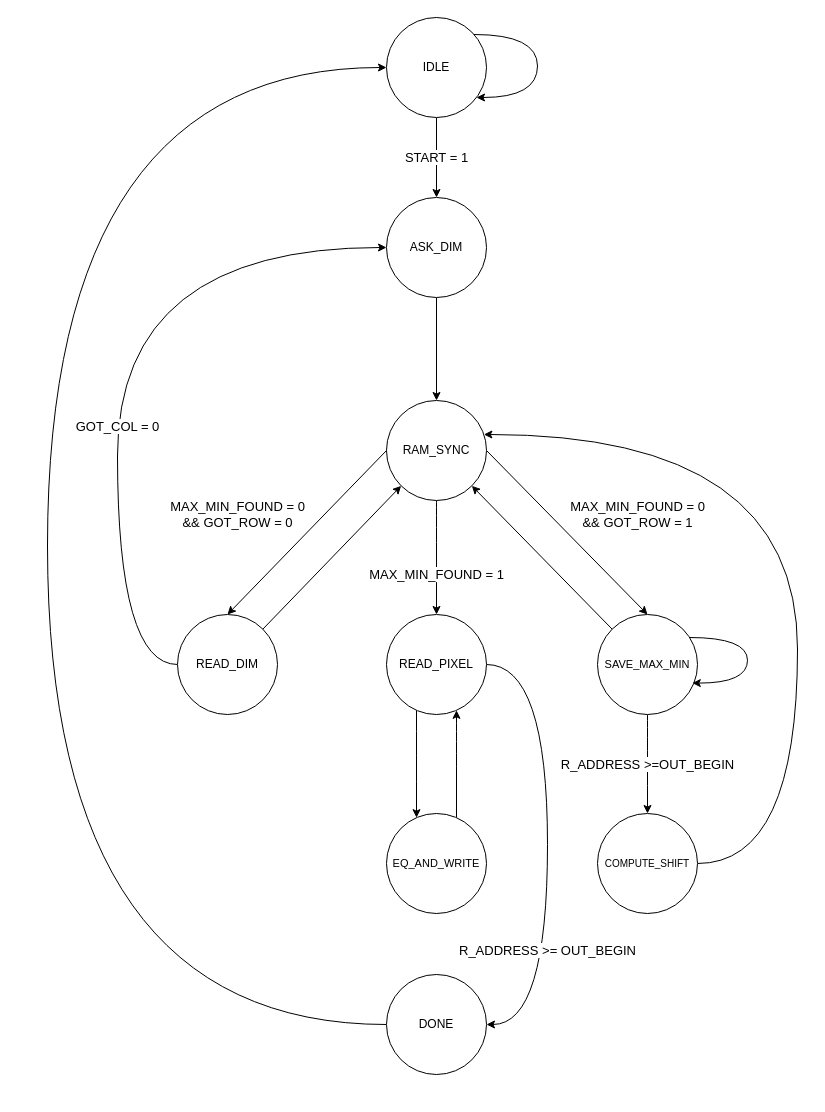
This is documentation/FSM Diagram.drawio from AlbertoPirillo/logic-networks-project-2020, a draw.io file, before an edit. Source tidied: cells renumbered, new cells numbered last; positions are measured from the earlier drawing's top-left corner, leaving out a move shared by most shapes. Both pictures are drawn from the tidied source at 100%, with x=0, y=0 at pixel (47, 17).
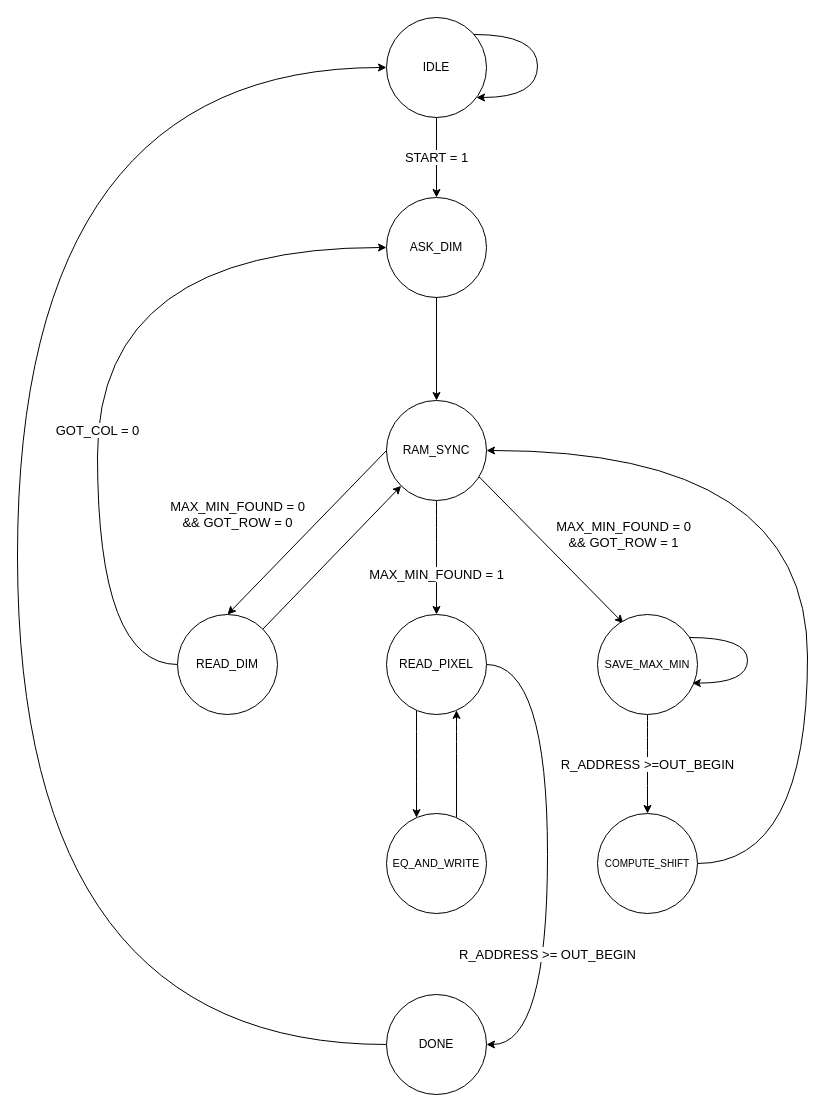
Above is the later version.

The change refers to these unchanged cells:
```xml
<mxCell id="4" value="IDLE&lt;br&gt;" style="ellipse;whiteSpace=wrap;html=1;fixDash=0;shadow=0;" parent="1" vertex="1">
  <mxGeometry x="339" width="100" height="100" as="geometry" />
</mxCell>
<mxCell id="8" value="&lt;font style=&quot;font-size: 12px&quot;&gt;RAM_SYNC&lt;/font&gt;" style="ellipse;whiteSpace=wrap;html=1;fixDash=0;" parent="1" vertex="1">
  <mxGeometry x="339" y="383" width="100" height="100" as="geometry" />
</mxCell>
<mxCell id="11" value="&lt;span&gt;READ_DIM&lt;/span&gt;" style="ellipse;whiteSpace=wrap;html=1;fixDash=0;" parent="1" vertex="1">
  <mxGeometry x="130" y="597" width="100" height="100" as="geometry" />
</mxCell>
<mxCell id="16" value="&lt;font style=&quot;font-size: 10px&quot;&gt;COMPUTE_SHIFT&lt;/font&gt;" style="ellipse;whiteSpace=wrap;html=1;fixDash=0;" parent="1" vertex="1">
  <mxGeometry x="550" y="796" width="100" height="100" as="geometry" />
</mxCell>
<mxCell id="19" value="&lt;font style=&quot;font-size: 12px&quot;&gt;READ_PIXEL&lt;/font&gt;" style="ellipse;whiteSpace=wrap;html=1;fixDash=0;" parent="1" vertex="1">
  <mxGeometry x="339" y="597" width="100" height="100" as="geometry" />
</mxCell>
<mxCell id="22" value="&lt;font style=&quot;font-size: 12px&quot;&gt;ASK_DIM&lt;/font&gt;" style="ellipse;whiteSpace=wrap;html=1;fixDash=0;" parent="1" vertex="1">
  <mxGeometry x="339" y="180" width="100" height="100" as="geometry" />
</mxCell>
<mxCell id="25" value="&lt;font style=&quot;font-size: 11px&quot;&gt;SAVE_MAX_MIN&lt;/font&gt;" style="ellipse;whiteSpace=wrap;html=1;fixDash=0;" parent="1" vertex="1">
  <mxGeometry x="550" y="597" width="100" height="100" as="geometry" />
</mxCell>
```

Change to the diagram source:
```diff
@@
-    <mxCell id="6" value="&lt;span style=&quot;font-size: 13px&quot;&gt;MAX_MIN_FOUND = 0&lt;br&gt;&lt;/span&gt;&lt;span style=&quot;font-size: 13px&quot;&gt;&amp;amp;&amp;amp; GOT_ROW = 1&lt;/span&gt;" style="edgeStyle=none;rounded=0;jettySize=auto;html=1;exitX=1;exitY=0.5;exitDx=0;exitDy=0;entryX=0.5;entryY=0;entryDx=0;entryDy=0;" parent="1" edge="1" source="8" target="25">
-      <mxGeometry x="0.32" y="63" relative="1" as="geometry" />
+    <mxCell id="6" value="&lt;span style=&quot;font-size: 13px&quot;&gt;MAX_MIN_FOUND = 0&lt;br&gt;&lt;/span&gt;&lt;span style=&quot;font-size: 13px&quot;&gt;&amp;amp;&amp;amp; GOT_ROW = 1&lt;/span&gt;" style="edgeStyle=none;rounded=0;jettySize=auto;html=1;exitX=0.928;exitY=0.765;exitDx=0;exitDy=0;entryX=0.258;entryY=0.087;entryDx=0;entryDy=0;exitPerimeter=0;entryPerimeter=0;" parent="1" edge="1" source="8" target="25">
+      <mxGeometry x="0.38" y="62" relative="1" as="geometry" />
     </mxCell>
@@
     <mxCell id="9" value="&lt;font style=&quot;font-size: 13px&quot;&gt;GOT_COL = 0&lt;/font&gt;" style="edgeStyle=orthogonalEdgeStyle;curved=1;rounded=0;jettySize=auto;html=1;entryX=0;entryY=0.5;entryDx=0;entryDy=0;exitX=0;exitY=0.5;exitDx=0;exitDy=0;" parent="1" edge="1" source="11" target="22">
       <mxGeometry x="-0.2" relative="1" as="geometry">
         <Array as="points">
-          <mxPoint x="70" y="647" />
-          <mxPoint x="70" y="230" />
+          <mxPoint x="50" y="647" />
+          <mxPoint x="50" y="230" />
         </Array>
       </mxGeometry>
     </mxCell>
@@
-    <mxCell id="12" style="edgeStyle=orthogonalEdgeStyle;curved=1;rounded=0;jettySize=auto;html=1;entryX=0;entryY=0.5;entryDx=0;entryDy=0;" parent="1" edge="1" source="13" target="4">
+    <mxCell id="12" style="edgeStyle=orthogonalEdgeStyle;curved=1;rounded=0;jettySize=auto;html=1;entryX=0;entryY=0.5;entryDx=0;entryDy=0;exitX=0;exitY=0.5;exitDx=0;exitDy=0;" parent="1" edge="1" source="13" target="4">
       <mxGeometry relative="1" as="geometry">
         <Array as="points">
-          <mxPoint y="1007" />
-          <mxPoint y="50" />
+          <mxPoint x="-30" y="1027" />
+          <mxPoint x="-30" y="50" />
         </Array>
       </mxGeometry>
     </mxCell>
     <mxCell id="13" value="DONE" style="ellipse;whiteSpace=wrap;html=1;fixDash=0;" parent="1" vertex="1">
-      <mxGeometry x="339" y="957" width="100" height="100" as="geometry" />
+      <mxGeometry x="339" y="977" width="100" height="100" as="geometry" />
     </mxCell>
@@
-    <mxCell id="15" style="edgeStyle=orthogonalEdgeStyle;curved=1;rounded=0;jettySize=auto;html=1;exitX=1;exitY=0.5;exitDx=0;exitDy=0;" parent="1" edge="1" source="16" target="8">
+    <mxCell id="15" style="edgeStyle=orthogonalEdgeStyle;curved=1;rounded=0;jettySize=auto;html=1;exitX=1;exitY=0.5;exitDx=0;exitDy=0;entryX=1;entryY=0.5;entryDx=0;entryDy=0;" parent="1" edge="1" source="16" target="8">
       <mxGeometry relative="1" as="geometry">
         <Array as="points">
-          <mxPoint x="750" y="846" />
-          <mxPoint x="750" y="417" />
+          <mxPoint x="760" y="846" />
+          <mxPoint x="760" y="433" />
         </Array>
       </mxGeometry>
     </mxCell>
@@
     <mxCell id="18" value="&lt;font style=&quot;font-size: 13px&quot;&gt;R_ADDRESS &amp;gt;= OUT_BEGIN&lt;/font&gt;" style="edgeStyle=orthogonalEdgeStyle;curved=1;rounded=0;jettySize=auto;html=1;entryX=1;entryY=0.5;entryDx=0;entryDy=0;exitX=1;exitY=0.5;exitDx=0;exitDy=0;" parent="1" edge="1" source="19" target="13">
-      <mxGeometry x="0.44" relative="1" as="geometry">
+      <mxGeometry x="0.4" relative="1" as="geometry">
         <Array as="points">
           <mxPoint x="500" y="647" />
-          <mxPoint x="500" y="1007" />
+          <mxPoint x="500" y="1027" />
         </Array>
       </mxGeometry>
     </mxCell>
@@
-    <mxCell id="24" style="edgeStyle=none;rounded=0;jettySize=auto;html=1;exitX=0;exitY=0;exitDx=0;exitDy=0;entryX=1;entryY=1;entryDx=0;entryDy=0;" parent="1" edge="1" source="25" target="8">
-      <mxGeometry relative="1" as="geometry" />
-    </mxCell>
```
